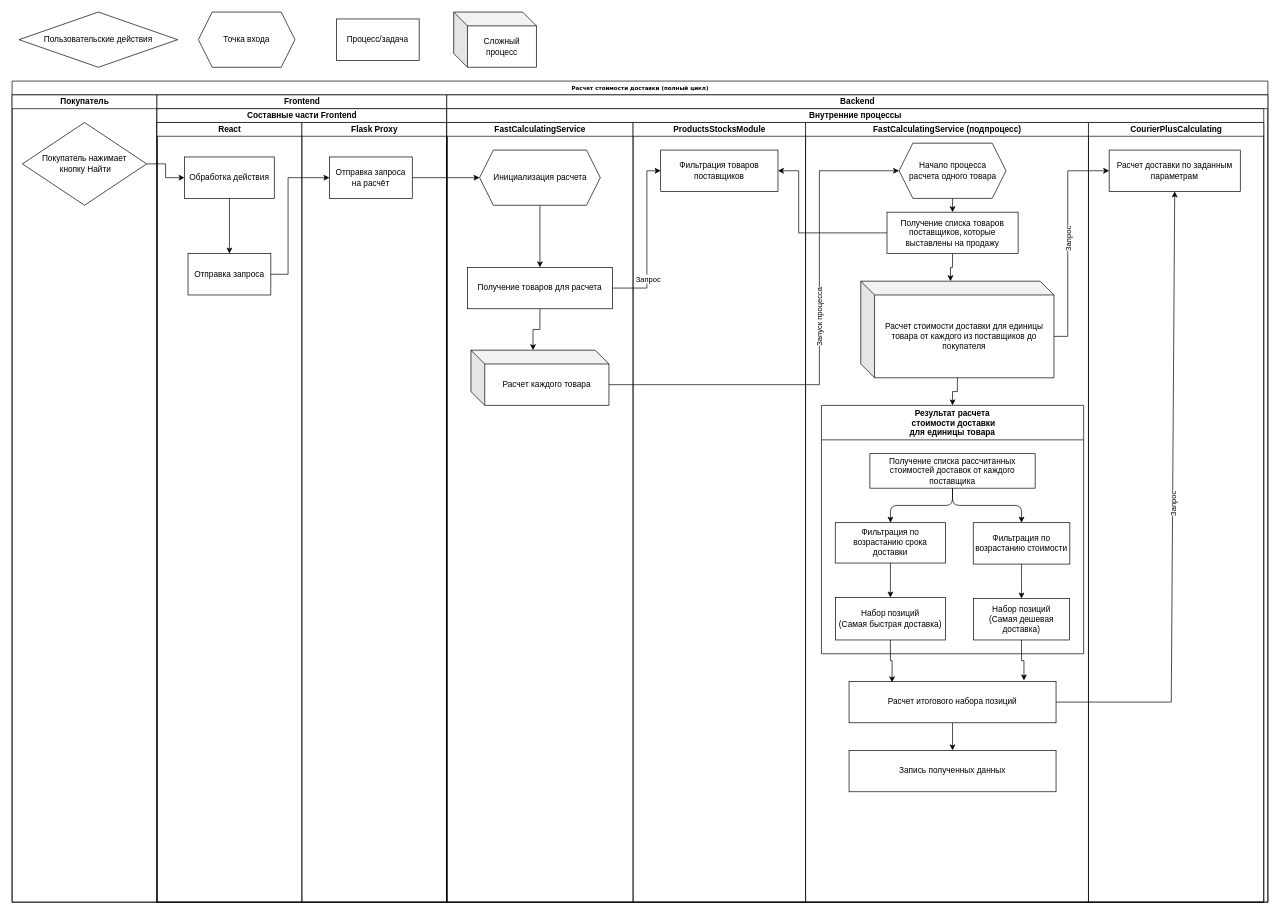
The draw.io diagram Диаграмма без названия.drawio in DamirF/IB, before the edit. Source tidied: cells renumbered, new cells numbered last; positions are measured from the earlier drawing's top-left corner, leaving out a move shared by most shapes. Both pictures are drawn from the tidied source at 69%, with x=0, y=0 at pixel (12, 12).
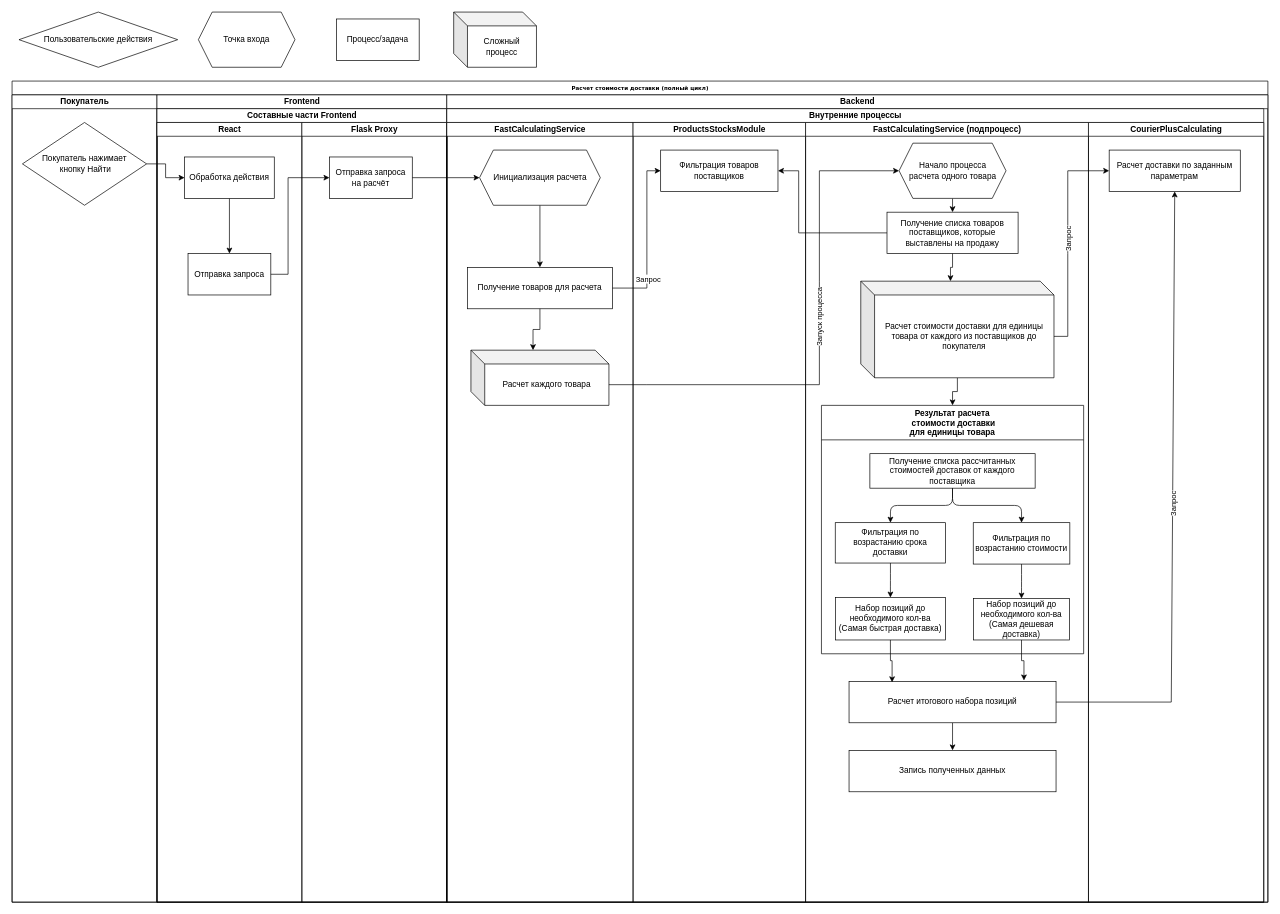
Above is the later version.

The change refers to these unchanged cells:
```xml
<mxCell id="33" value="Результат расчета&#10; стоимости доставки &#10;для единицы товара" style="swimlane;startSize=50;horizontal=1;horizontalTree=0;containerType=tree;fontSize=12;" parent="26" vertex="1">
  <mxGeometry x="23" y="410" width="380" height="360" as="geometry" />
</mxCell>
```

Change to the diagram source:
```diff
@@
-    <mxCell id="40" value="Набор позиций &lt;br&gt;(Самая быстрая доставка)" style="whiteSpace=wrap;html=1;" parent="33" vertex="1">
+    <mxCell id="40" value="Набор позиций до необходимого кол-ва&lt;br&gt;(Самая быстрая доставка)" style="whiteSpace=wrap;html=1;" parent="33" vertex="1">
       <mxGeometry x="20.2" y="278.5" width="159.5" height="61.5" as="geometry" />
     </mxCell>
@@
-    <mxCell id="42" value="Набор позиций &lt;br&gt;(Самая дешевая доставка)" style="whiteSpace=wrap;html=1;" parent="33" vertex="1">
+    <mxCell id="42" value="Набор позиций до необходимого кол-ва&lt;br&gt;(Самая дешевая доставка)" style="whiteSpace=wrap;html=1;" parent="33" vertex="1">
       <mxGeometry x="220.2" y="280" width="139.5" height="60" as="geometry" />
     </mxCell>
```
